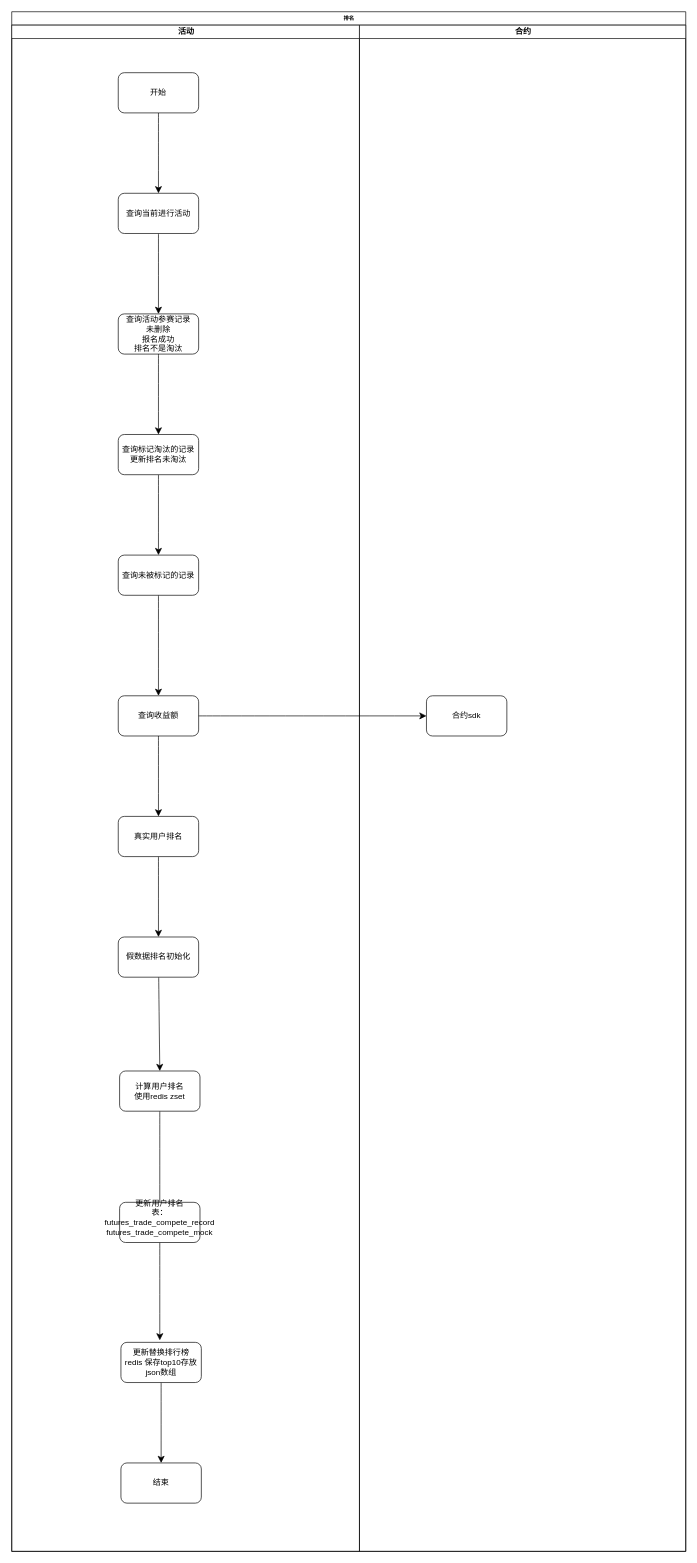
The draw.io diagram 合约交易赛-排名.drawio in xu-xiwei/drawio, before the edit. Source tidied: cells renumbered, new cells numbered last; positions are measured from the earlier drawing's top-left corner, leaving out a move shared by most shapes. Both pictures are drawn from the tidied source at 67%, with x=0, y=0 at pixel (11, 11).
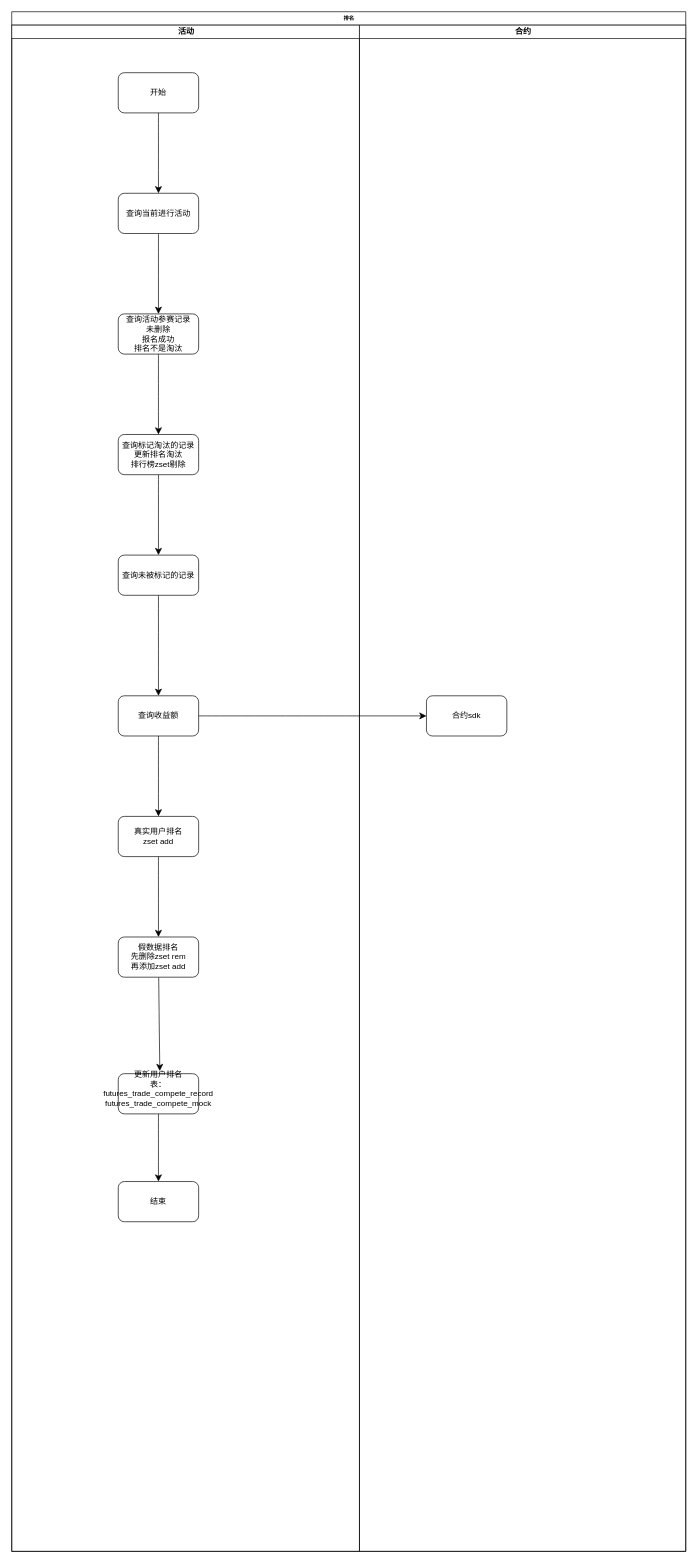
After the change.

Commit message:
更新合约交易赛-排名.drawio

Unchanged cells that the change refers to:
```xml
<mxCell id="3" value="活动" style="swimlane;html=1;startSize=20;" parent="2" vertex="1">
  <mxGeometry y="20" width="519" height="2278" as="geometry" />
</mxCell>
```

The edit, as a diff of the source:
```diff
@@
-    <mxCell id="12" style="edgeStyle=none;curved=1;rounded=0;jettySize=auto;html=1;fontSize=12;startSize=8;endSize=8;" parent="3" edge="1" source="13">
-      <mxGeometry relative="1" as="geometry">
-        <mxPoint x="221" y="1772" as="targetPoint" />
-      </mxGeometry>
-    </mxCell>
-    <mxCell id="13" value="计算用户排名&lt;div&gt;使用redis zset&lt;/div&gt;" style="whiteSpace=wrap;html=1;rounded=1;" parent="3" vertex="1">
-      <mxGeometry x="161" y="1561" width="120" height="60" as="geometry" />
-    </mxCell>
-    <mxCell id="14" style="edgeStyle=none;curved=1;rounded=0;jettySize=auto;html=1;fontSize=12;startSize=8;endSize=8;" parent="3" edge="1" source="15">
-      <mxGeometry relative="1" as="geometry">
-        <mxPoint x="221" y="1963" as="targetPoint" />
-      </mxGeometry>
-    </mxCell>
+    <mxCell id="30" style="edgeStyle=none;curved=1;rounded=0;jettySize=auto;html=1;entryX=0.5;entryY=0;entryDx=0;entryDy=0;fontSize=12;startSize=8;endSize=8;" parent="3" edge="1" source="15" target="26">
+      <mxGeometry relative="1" as="geometry" />
+    </mxCell>
     <mxCell id="15" value="更新用户排名&lt;div&gt;表：futures_trade_compete_record&lt;/div&gt;&lt;div&gt;futures_trade_compete_mock&lt;br&gt;&lt;/div&gt;&lt;div&gt;&lt;br&gt;&lt;/div&gt;" style="whiteSpace=wrap;html=1;rounded=1;" parent="3" vertex="1">
-      <mxGeometry x="161" y="1757" width="120" height="60" as="geometry" />
+      <mxGeometry x="159" y="1565" width="120" height="60" as="geometry" />
     </mxCell>
-    <mxCell id="16" style="edgeStyle=none;curved=1;rounded=0;jettySize=auto;html=1;fontSize=12;startSize=8;endSize=8;" parent="3" edge="1" source="17" target="26">
-      <mxGeometry relative="1" as="geometry" />
-    </mxCell>
-    <mxCell id="17" value="更新替换排行榜&lt;div&gt;redis 保存top10存放json数组&lt;/div&gt;" style="whiteSpace=wrap;html=1;rounded=1;" parent="3" vertex="1">
-      <mxGeometry x="163" y="1966" width="120" height="60" as="geometry" />
-    </mxCell>
@@
-    <mxCell id="19" value="查询标记淘汰的记录&lt;div&gt;更新排名未淘汰&lt;/div&gt;" style="whiteSpace=wrap;html=1;rounded=1;" parent="3" vertex="1">
+    <mxCell id="19" value="查询标记淘汰的记录&lt;div&gt;更新排名淘汰&lt;/div&gt;&lt;div&gt;排行榜zset剔除&lt;/div&gt;" style="whiteSpace=wrap;html=1;rounded=1;" parent="3" vertex="1">
       <mxGeometry x="159" y="611" width="120" height="60" as="geometry" />
     </mxCell>
@@
-    <mxCell id="23" value="真实用户排名" style="whiteSpace=wrap;html=1;rounded=1;" parent="3" vertex="1">
+    <mxCell id="23" value="真实用户排名&lt;div&gt;zset add&lt;/div&gt;" style="whiteSpace=wrap;html=1;rounded=1;" parent="3" vertex="1">
       <mxGeometry x="159" y="1181" width="120" height="60" as="geometry" />
     </mxCell>
-    <mxCell id="24" style="edgeStyle=none;curved=1;rounded=0;jettySize=auto;html=1;entryX=0.5;entryY=0;entryDx=0;entryDy=0;fontSize=12;startSize=8;endSize=8;" parent="3" edge="1" source="25" target="13">
-      <mxGeometry relative="1" as="geometry" />
+    <mxCell id="24" style="edgeStyle=none;curved=1;rounded=0;jettySize=auto;html=1;entryX=0.5;entryY=0;entryDx=0;entryDy=0;fontSize=12;startSize=8;endSize=8;" parent="3" edge="1" source="25">
+      <mxGeometry relative="1" as="geometry">
+        <mxPoint x="221" y="1561" as="targetPoint" />
+      </mxGeometry>
     </mxCell>
-    <mxCell id="25" value="假数据排名初始化" style="whiteSpace=wrap;html=1;rounded=1;" parent="3" vertex="1">
+    <mxCell id="25" value="假数据排名&lt;div&gt;先删除zset rem&lt;/div&gt;&lt;div&gt;再添加zset add&lt;/div&gt;" style="whiteSpace=wrap;html=1;rounded=1;" parent="3" vertex="1">
       <mxGeometry x="159" y="1361" width="120" height="60" as="geometry" />
     </mxCell>
     <mxCell id="26" value="结束" style="whiteSpace=wrap;html=1;rounded=1;" parent="3" vertex="1">
-      <mxGeometry x="163" y="2146" width="120" height="60" as="geometry" />
+      <mxGeometry x="159" y="1726" width="120" height="60" as="geometry" />
     </mxCell>
```
